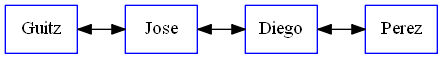
Before: Python EDD/graficaLista.gv.png, a diagram exported from Graphviz (6mmario/Proyecto1). Its source is kept beside it as Python EDD/graficaLista.gv. Source of this version:
```dot
digraph G {
rankdir=LR
	node [color=blue shape=box]
		Guitz -> Jose
[dir=both]
		Jose -> Diego
[dir=both]
		Diego -> Perez
[dir=both]
}
```
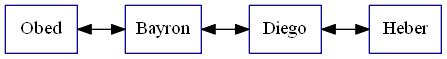
Later version of the same file.

The edit, as a diff of the source:
```diff
@@ -1,10 +1,10 @@
 digraph G {
 rankdir=LR
 	node [color=blue shape=box]
-		Guitz -> Jose
+		Obed -> Bayron
 [dir=both]
-		Jose -> Diego
+		Bayron -> Diego
 [dir=both]
-		Diego -> Perez
+		Diego -> Heber
 [dir=both]
 }
```
